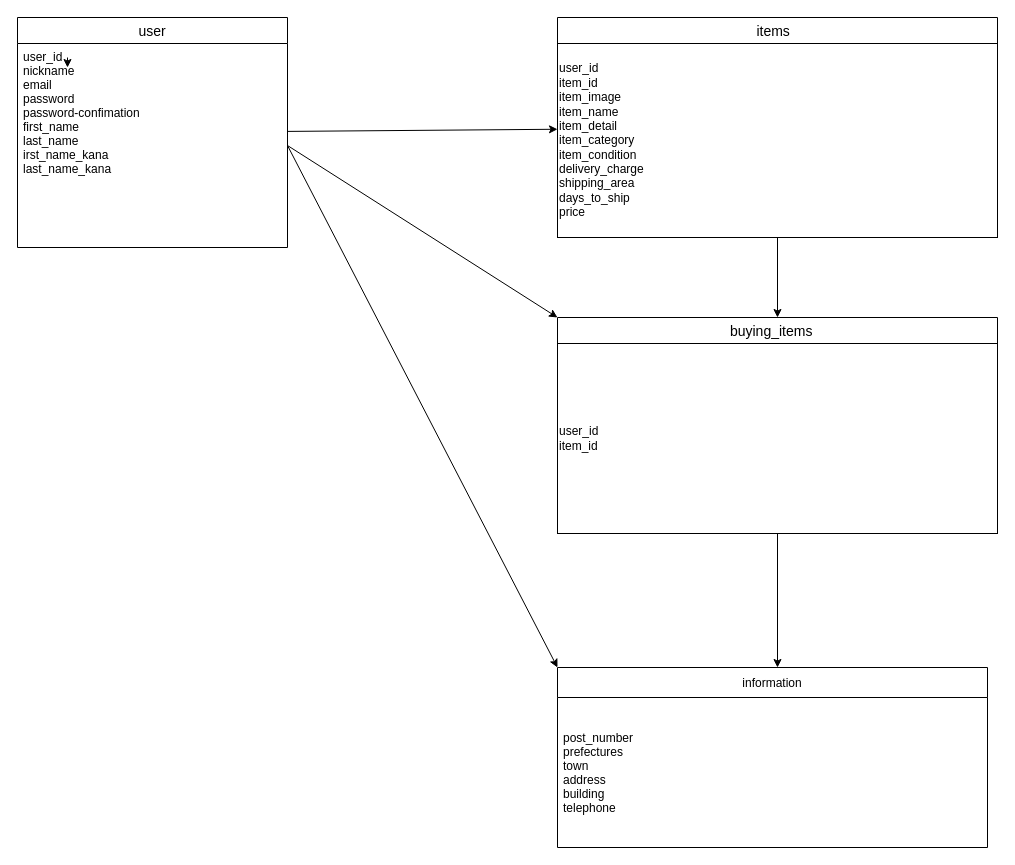
kakaricho3156/furima-38130 keeps this draw.io diagram as test.dio. Above is the earlier version. Source tidied: cells renumbered, new cells numbered last; positions are measured from the earlier drawing's top-left corner, leaving out a move shared by most shapes. Both pictures are drawn from the tidied source at 100%, with x=0, y=0 at pixel (17, 17).
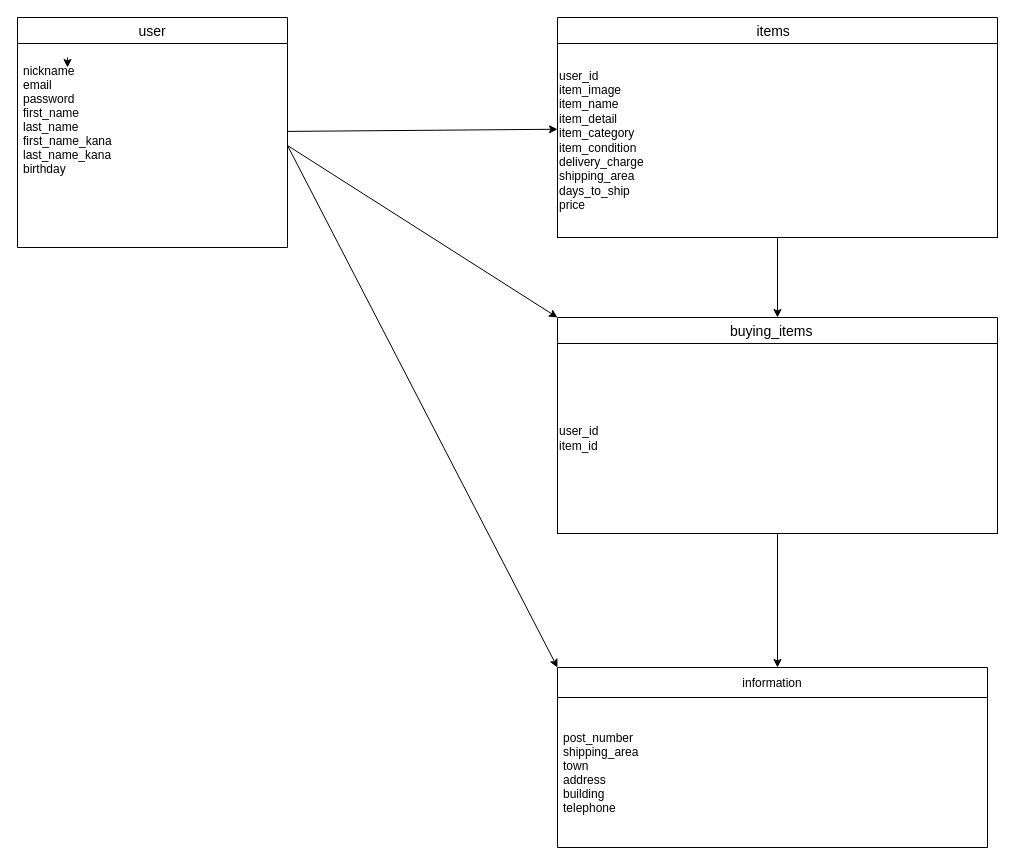
The same page after the edit.

What changed in the source:
```diff
@@
 <mxGraphModel>
   <root>
     <mxCell id="0" />
     <mxCell id="1" parent="0" />
     <mxCell id="2" style="edgeStyle=none;html=1;exitX=0.5;exitY=1;exitDx=0;exitDy=0;" parent="1" edge="1">
       <mxGeometry relative="1" as="geometry">
         <mxPoint x="50" y="40" as="sourcePoint" />
         <mxPoint x="50" y="50" as="targetPoint" />
       </mxGeometry>
     </mxCell>
     <mxCell id="3" style="edgeStyle=none;html=1;" parent="1" edge="1" source="4" target="7">
       <mxGeometry relative="1" as="geometry" />
     </mxCell>
     <mxCell id="4" value="user" style="swimlane;fontStyle=0;horizontal=1;startSize=26;align=center;fontSize=14;" parent="1" vertex="1">
       <mxGeometry width="270" height="230" as="geometry" />
     </mxCell>
-    <mxCell id="5" value="user_id&#10;nickname&#10;email&#10;password&#10;password-confimation&#10;first_name&#10;last_name&#10;irst_name_kana&#10;last_name_kana&#10;" style="text;strokeColor=none;fillColor=none;spacingLeft=4;spacingRight=4;overflow=hidden;points=[[0,0.5],[1,0.5]];portConstraint=eastwest;fontSize=12;" parent="4" vertex="1">
+    <mxCell id="5" value="&#10;nickname&#10;email&#10;password&#10;first_name&#10;last_name&#10;first_name_kana&#10;last_name_kana&#10;birthday" style="text;strokeColor=none;fillColor=none;spacingLeft=4;spacingRight=4;overflow=hidden;points=[[0,0.5],[1,0.5]];portConstraint=eastwest;fontSize=12;" parent="4" vertex="1">
       <mxGeometry y="26" width="270" height="204" as="geometry" />
     </mxCell>
     <mxCell id="6" style="edgeStyle=none;html=1;" parent="1" edge="1" source="7" target="9">
       <mxGeometry relative="1" as="geometry" />
     </mxCell>
     <mxCell id="7" value="items  " style="swimlane;fontStyle=0;horizontal=1;startSize=26;align=center;fontSize=14;" parent="1" vertex="1">
       <mxGeometry x="540" width="440" height="220" as="geometry" />
     </mxCell>
-    <mxCell id="8" value="user_id&lt;br&gt;item_id&lt;br&gt;item_image&lt;br&gt;item_name&lt;br&gt;item_detail&lt;br&gt;item_category&lt;br&gt;item_condition&lt;br&gt;delivery_charge&lt;br&gt;shipping_area&lt;br&gt;days_to_ship&lt;br&gt;price" style="whiteSpace=wrap;html=1;align=left;" parent="7" vertex="1">
+    <mxCell id="8" value="user_id&lt;br&gt;item_image&lt;br&gt;item_name&lt;br&gt;item_detail&lt;br&gt;item_category&lt;br&gt;item_condition&lt;br&gt;delivery_charge&lt;br&gt;shipping_area&lt;br&gt;days_to_ship&lt;br&gt;price" style="whiteSpace=wrap;html=1;align=left;" parent="7" vertex="1">
       <mxGeometry y="26" width="440" height="194" as="geometry" />
     </mxCell>
     <mxCell id="9" value="buying_items   " style="swimlane;fontStyle=0;horizontal=1;startSize=26;align=center;fontSize=14;" parent="1" vertex="1">
       <mxGeometry x="540" y="300" width="440" height="216" as="geometry" />
     </mxCell>
     <mxCell id="10" value="user_id&lt;br&gt;item_id" style="whiteSpace=wrap;html=1;align=left;" parent="9" vertex="1">
       <mxGeometry y="26" width="440" height="190" as="geometry" />
     </mxCell>
     <mxCell id="11" style="edgeStyle=none;html=1;" parent="1" edge="1" source="10">
       <mxGeometry relative="1" as="geometry">
         <mxPoint x="760" y="650" as="targetPoint" />
       </mxGeometry>
     </mxCell>
     <mxCell id="12" style="edgeStyle=none;html=1;exitX=1;exitY=0.5;exitDx=0;exitDy=0;entryX=0;entryY=0;entryDx=0;entryDy=0;" parent="1" edge="1" source="5" target="9">
       <mxGeometry relative="1" as="geometry" />
     </mxCell>
     <mxCell id="13" style="edgeStyle=none;html=1;exitX=1;exitY=0.5;exitDx=0;exitDy=0;entryX=0;entryY=0;entryDx=0;entryDy=0;" parent="1" edge="1" source="5">
       <mxGeometry relative="1" as="geometry">
         <mxPoint x="540" y="650" as="targetPoint" />
       </mxGeometry>
     </mxCell>
     <mxCell id="14" value="information" style="swimlane;fontStyle=0;horizontal=1;startSize=30;" parent="1" vertex="1">
       <mxGeometry x="540" y="650" width="430" height="180" as="geometry" />
     </mxCell>
-    <mxCell id="15" value="post_number&#10;prefectures&#10;town&#10;address&#10;building&#10;telephone" style="text;strokeColor=none;fillColor=none;align=left;verticalAlign=middle;spacingLeft=4;spacingRight=4;overflow=hidden;" parent="14" vertex="1">
+    <mxCell id="15" value="post_number&#10;shipping_area&#10;town&#10;address&#10;building&#10;telephone" style="text;strokeColor=none;fillColor=none;align=left;verticalAlign=middle;spacingLeft=4;spacingRight=4;overflow=hidden;" parent="14" vertex="1">
       <mxGeometry y="30" width="430" height="150" as="geometry" />
     </mxCell>
   </root>
 </mxGraphModel>
```
